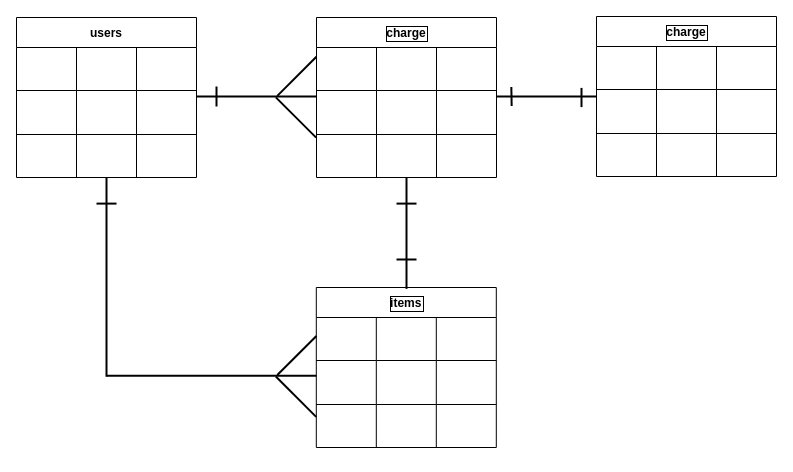
TygFF11/furima-37250 keeps this draw.io diagram as test.dio. Above is the earlier version. Source tidied: cells renumbered, new cells numbered last; positions are measured from the earlier drawing's top-left corner, leaving out a move shared by most shapes. Both pictures are drawn from the tidied source at 100%, with x=0, y=0 at pixel (16, 16).
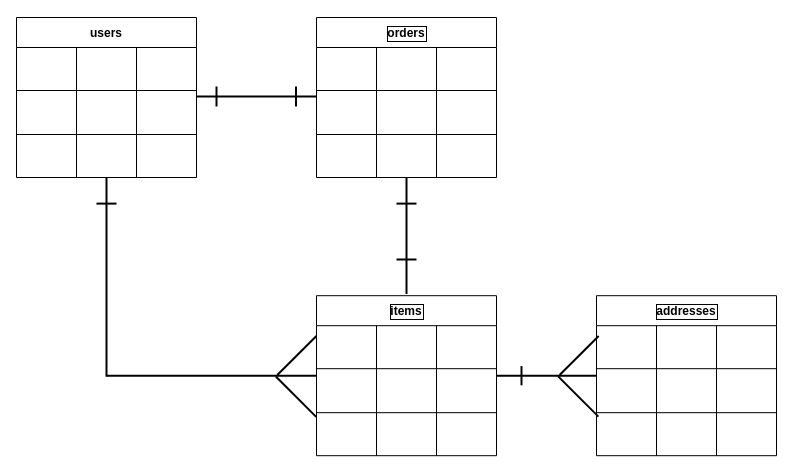
Above is the later version.

Commit message (it also covers changes not shown here):
データベース設計　修正4

Change to the diagram source:
```diff
@@
     <mxCell id="16" value="items" style="shape=table;startSize=30;childLayout=tableLayout;fontStyle=1;align=center;labelBorderColor=#000000;" parent="1" vertex="1">
-      <mxGeometry x="299.8" y="271" width="180" height="160" as="geometry" />
+      <mxGeometry x="300" y="279.2" width="180" height="160" as="geometry" />
     </mxCell>
@@
-    <mxCell id="29" value="charge" style="shape=table;startSize=30;childLayout=tableLayout;fontStyle=1;align=center;labelBorderColor=#000000;" parent="1" vertex="1">
+    <mxCell id="29" value="orders" style="shape=table;startSize=30;childLayout=tableLayout;fontStyle=1;align=center;labelBorderColor=#000000;" parent="1" vertex="1">
       <mxGeometry x="300" y="1" width="180" height="160" as="geometry" />
     </mxCell>
@@
     <mxCell id="44" style="line;strokeWidth=2;html=1;startSize=30;rotation=90;" parent="1" vertex="1">
-      <mxGeometry x="334.4" y="211.8" width="111.2" height="10" as="geometry" />
+      <mxGeometry x="331.8" y="214.3" width="116.4" height="10" as="geometry" />
     </mxCell>
@@
-    <mxCell id="46" style="line;strokeWidth=2;html=1;startSize=30;rotation=45;" parent="1" vertex="1">
-      <mxGeometry x="251" y="96" width="57" height="10" as="geometry" />
+    <mxCell id="46" style="line;strokeWidth=2;html=1;startSize=30;rotation=90;" parent="1" vertex="1">
+      <mxGeometry x="269.5" y="75" width="20" height="10" as="geometry" />
     </mxCell>
-    <mxCell id="47" style="line;strokeWidth=2;html=1;startSize=30;rotation=-225;" parent="1" vertex="1">
-      <mxGeometry x="252.7" y="54.8" width="55.3" height="10" as="geometry" />
-    </mxCell>
@@
     <mxCell id="53" style="line;strokeWidth=2;direction=south;html=1;rotation=90;" parent="1" vertex="1">
-      <mxGeometry x="525" y="30" width="10" height="100" as="geometry" />
+      <mxGeometry x="525" y="309.2" width="10" height="100" as="geometry" />
     </mxCell>
     <mxCell id="54" style="line;strokeWidth=2;direction=south;html=1;rotation=-180;" parent="1" vertex="1">
-      <mxGeometry x="560" y="71.4" width="10" height="19.2" as="geometry" />
+      <mxGeometry x="500" y="349.6" width="10" height="19.2" as="geometry" />
     </mxCell>
-    <mxCell id="55" style="line;strokeWidth=2;direction=south;html=1;rotation=-181;" parent="1" vertex="1">
-      <mxGeometry x="465" y="70.4" width="60" height="19.2" as="geometry" />
-    </mxCell>
-    <mxCell id="56" value="charge" style="shape=table;startSize=30;childLayout=tableLayout;fontStyle=1;align=center;labelBorderColor=#000000;" parent="1" vertex="1">
-      <mxGeometry x="580" width="180" height="160" as="geometry" />
+    <mxCell id="56" value="addresses" style="shape=table;startSize=30;childLayout=tableLayout;fontStyle=1;align=center;labelBorderColor=#000000;" parent="1" vertex="1">
+      <mxGeometry x="580" y="279.2" width="180" height="160" as="geometry" />
     </mxCell>
@@
+    <mxCell id="69" style="line;strokeWidth=2;html=1;startSize=30;rotation=-225;" parent="1" vertex="1">
+      <mxGeometry x="535" y="334" width="55.3" height="10" as="geometry" />
+    </mxCell>
+    <mxCell id="70" style="line;strokeWidth=2;html=1;startSize=30;rotation=45;" parent="1" vertex="1">
+      <mxGeometry x="533.3" y="375" width="57" height="10" as="geometry" />
+    </mxCell>
```
